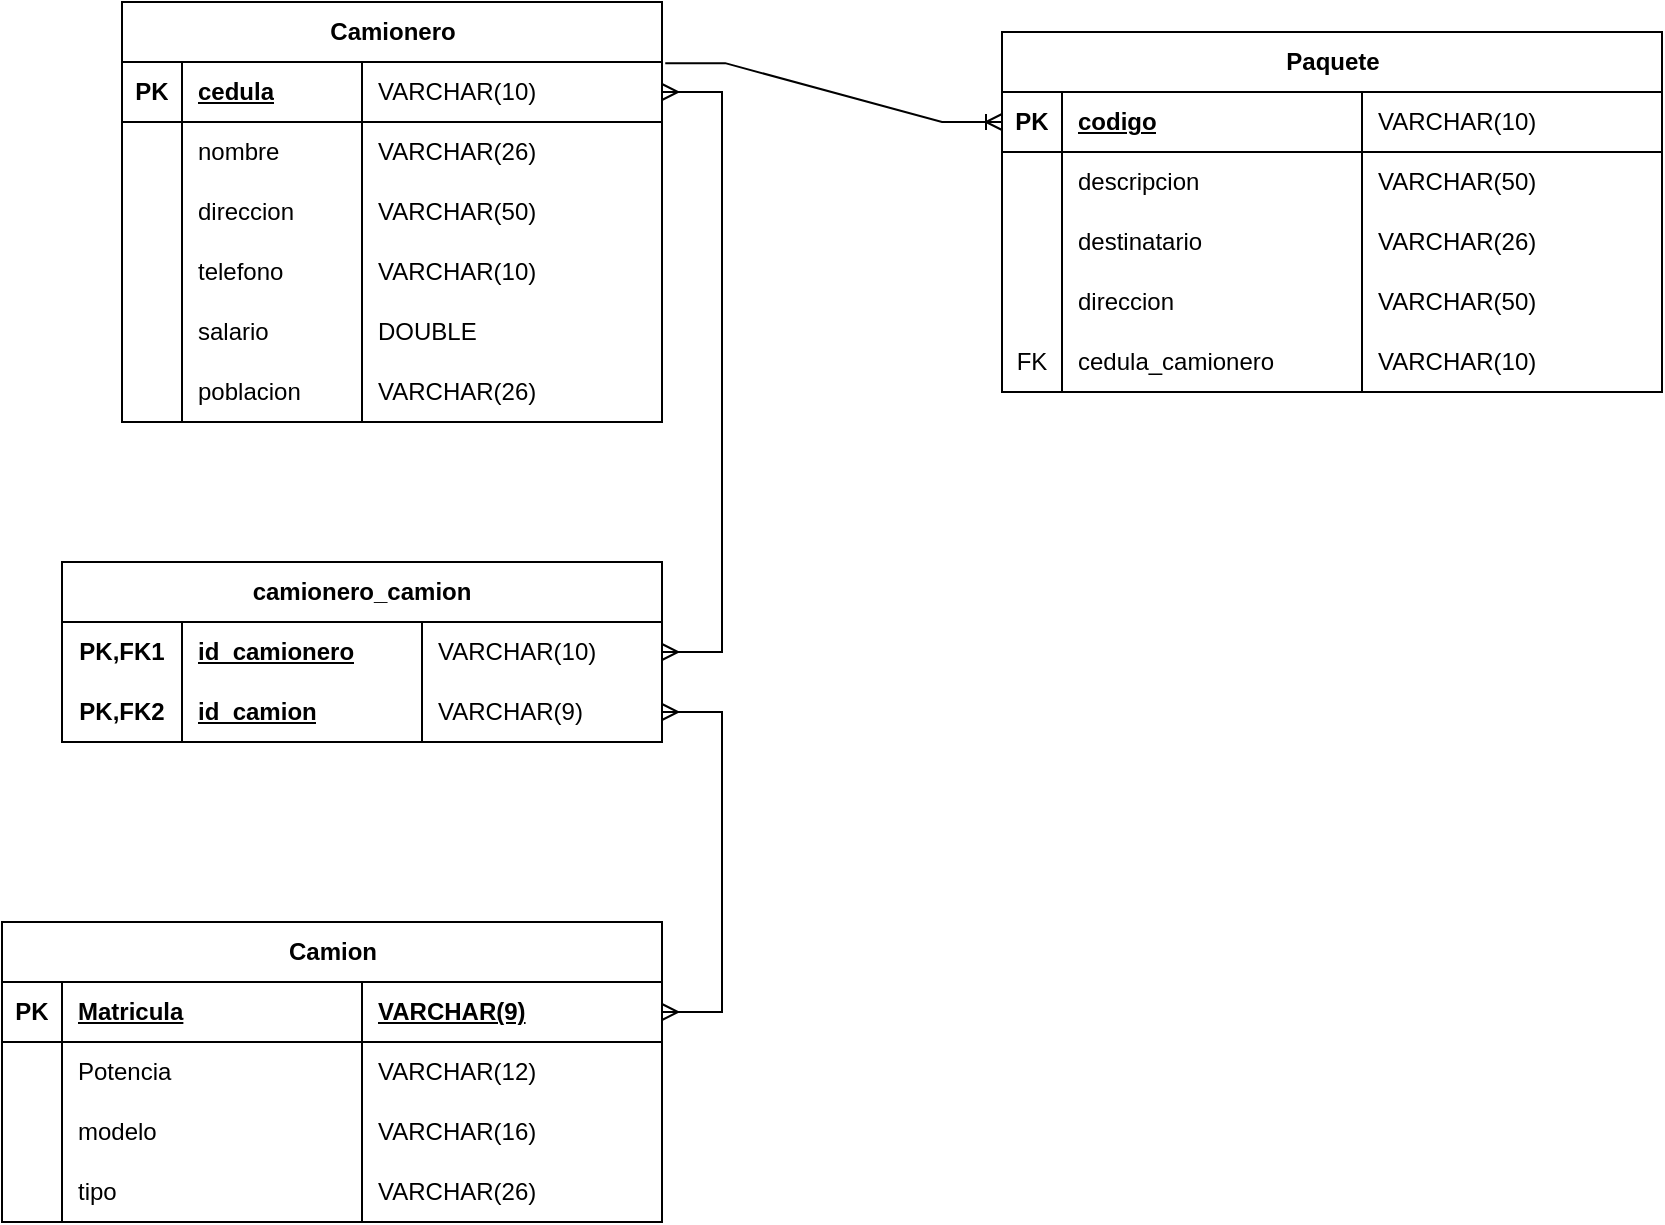
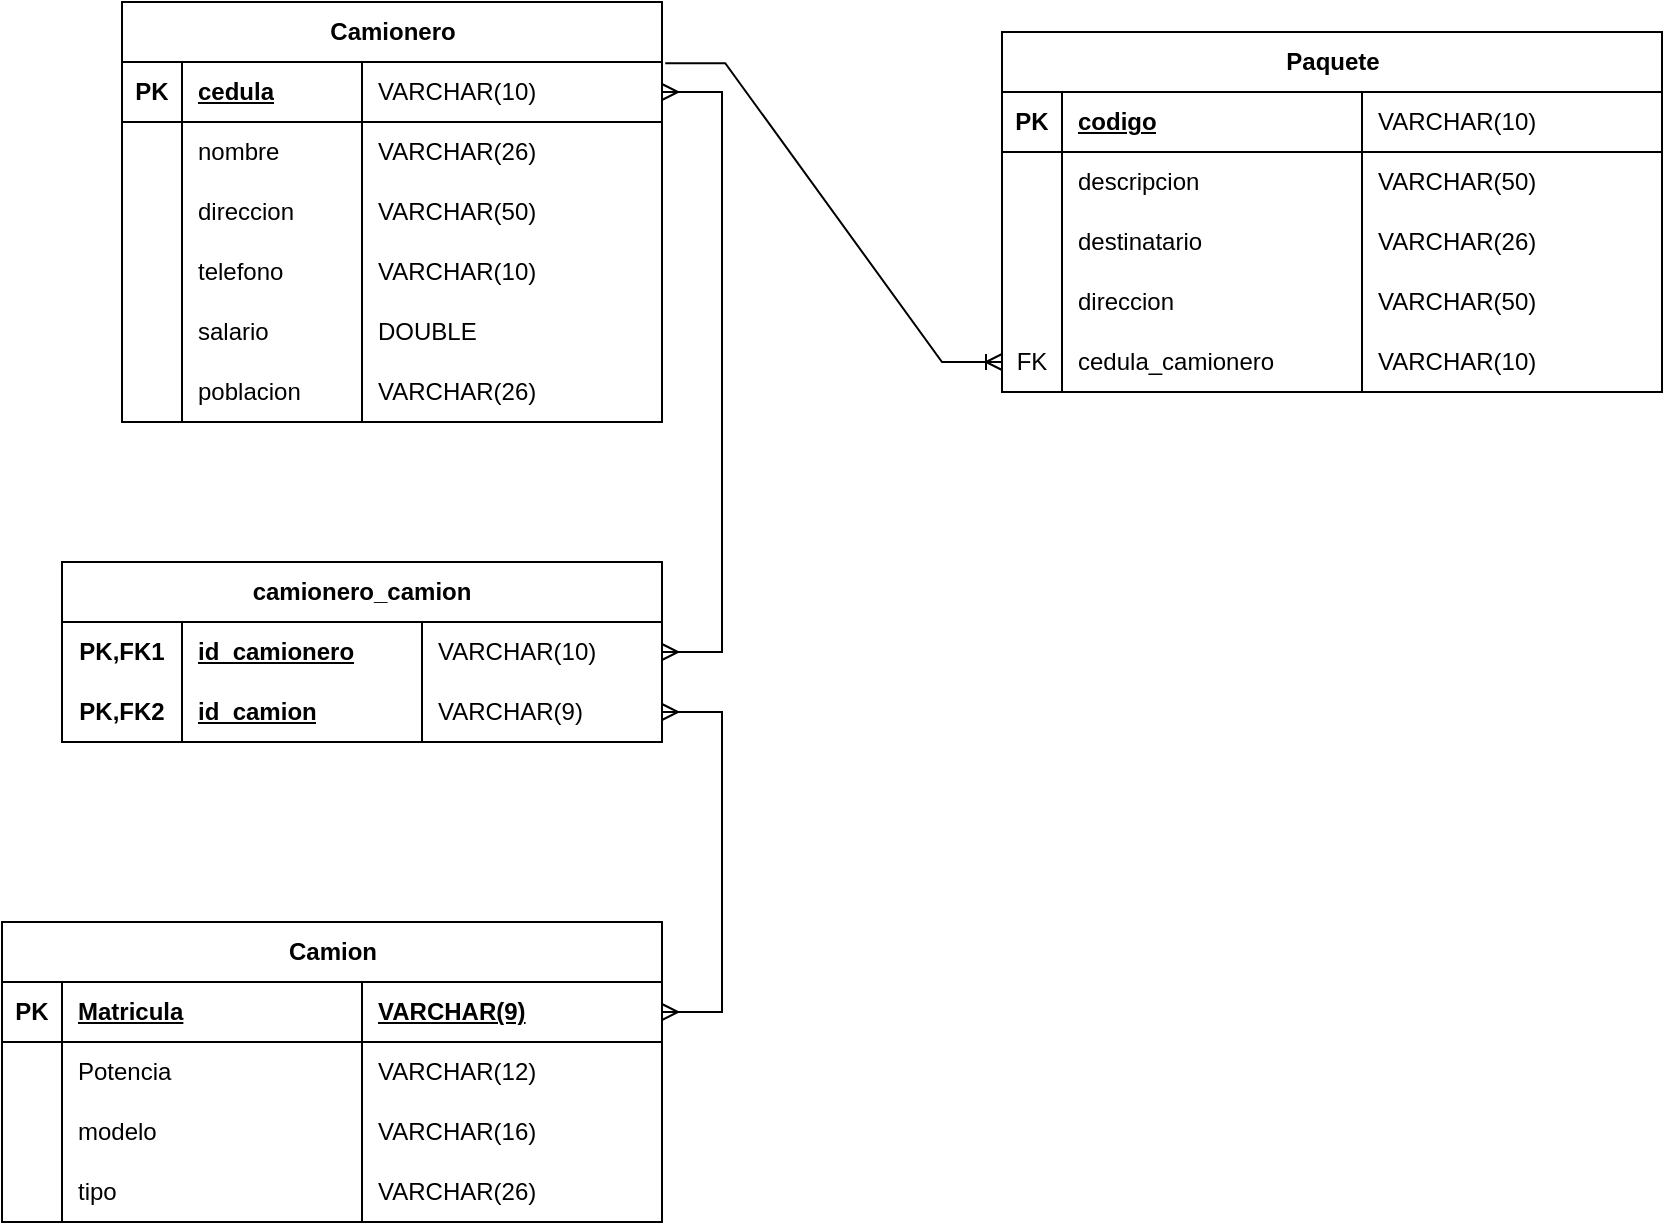
<mxfile host="app.diagrams.net">
  <diagram name="Página-1" id="0Zyl1D-CgH1TSrb8pVcp">
    <mxGraphModel dx="1393" dy="975" grid="1" gridSize="10" guides="1" tooltips="1" connect="1" arrows="1" fold="1" page="1" pageScale="1" pageWidth="1200" pageHeight="1600" math="0" shadow="0">
      <root>
        <mxCell id="0" />
        <mxCell id="1" parent="0" />
        <mxCell id="285xC5OLGJBu48Bz5zKl-1" parent="1" style="shape=table;startSize=30;container=1;collapsible=1;childLayout=tableLayout;fixedRows=1;rowLines=0;fontStyle=1;align=center;resizeLast=1;html=1;" value="Camionero" vertex="1">
          <mxGeometry height="210" width="270" x="170" y="260" as="geometry" />
        </mxCell>
        <mxCell id="285xC5OLGJBu48Bz5zKl-2" parent="285xC5OLGJBu48Bz5zKl-1" style="shape=tableRow;horizontal=0;startSize=0;swimlaneHead=0;swimlaneBody=0;fillColor=none;collapsible=0;dropTarget=0;points=[[0,0.5],[1,0.5]];portConstraint=eastwest;top=0;left=0;right=0;bottom=1;" value="" vertex="1">
          <mxGeometry height="30" width="270" y="30" as="geometry" />
        </mxCell>
        <mxCell id="285xC5OLGJBu48Bz5zKl-3" parent="285xC5OLGJBu48Bz5zKl-2" style="shape=partialRectangle;connectable=0;fillColor=none;top=0;left=0;bottom=0;right=0;fontStyle=1;overflow=hidden;whiteSpace=wrap;html=1;" value="PK" vertex="1">
          <mxGeometry height="30" width="30" as="geometry">
            <mxRectangle height="30" width="30" as="alternateBounds" />
          </mxGeometry>
        </mxCell>
        <mxCell id="285xC5OLGJBu48Bz5zKl-4" parent="285xC5OLGJBu48Bz5zKl-2" style="shape=partialRectangle;connectable=0;fillColor=none;top=0;left=0;bottom=0;right=0;align=left;spacingLeft=6;fontStyle=5;overflow=hidden;whiteSpace=wrap;html=1;" value="cedula" vertex="1">
          <mxGeometry height="30" width="90" x="30" as="geometry">
            <mxRectangle height="30" width="90" as="alternateBounds" />
          </mxGeometry>
        </mxCell>
        <mxCell id="285xC5OLGJBu48Bz5zKl-62" parent="285xC5OLGJBu48Bz5zKl-2" style="shape=partialRectangle;connectable=0;fillColor=none;top=0;left=0;bottom=0;right=0;align=left;spacingLeft=6;fontStyle=0;overflow=hidden;whiteSpace=wrap;html=1;" value="VARCHAR(10)" vertex="1">
          <mxGeometry height="30" width="150" x="120" as="geometry">
            <mxRectangle height="30" width="150" as="alternateBounds" />
          </mxGeometry>
        </mxCell>
        <mxCell id="285xC5OLGJBu48Bz5zKl-5" parent="285xC5OLGJBu48Bz5zKl-1" style="shape=tableRow;horizontal=0;startSize=0;swimlaneHead=0;swimlaneBody=0;fillColor=none;collapsible=0;dropTarget=0;points=[[0,0.5],[1,0.5]];portConstraint=eastwest;top=0;left=0;right=0;bottom=0;" value="" vertex="1">
          <mxGeometry height="30" width="270" y="60" as="geometry" />
        </mxCell>
        <mxCell id="285xC5OLGJBu48Bz5zKl-6" parent="285xC5OLGJBu48Bz5zKl-5" style="shape=partialRectangle;connectable=0;fillColor=none;top=0;left=0;bottom=0;right=0;editable=1;overflow=hidden;whiteSpace=wrap;html=1;" value="" vertex="1">
          <mxGeometry height="30" width="30" as="geometry">
            <mxRectangle height="30" width="30" as="alternateBounds" />
          </mxGeometry>
        </mxCell>
        <mxCell id="285xC5OLGJBu48Bz5zKl-7" parent="285xC5OLGJBu48Bz5zKl-5" style="shape=partialRectangle;connectable=0;fillColor=none;top=0;left=0;bottom=0;right=0;align=left;spacingLeft=6;overflow=hidden;whiteSpace=wrap;html=1;" value="nombre" vertex="1">
          <mxGeometry height="30" width="90" x="30" as="geometry">
            <mxRectangle height="30" width="90" as="alternateBounds" />
          </mxGeometry>
        </mxCell>
        <mxCell id="285xC5OLGJBu48Bz5zKl-63" parent="285xC5OLGJBu48Bz5zKl-5" style="shape=partialRectangle;connectable=0;fillColor=none;top=0;left=0;bottom=0;right=0;align=left;spacingLeft=6;overflow=hidden;whiteSpace=wrap;html=1;" value="VARCHAR(26)" vertex="1">
          <mxGeometry height="30" width="150" x="120" as="geometry">
            <mxRectangle height="30" width="150" as="alternateBounds" />
          </mxGeometry>
        </mxCell>
        <mxCell id="285xC5OLGJBu48Bz5zKl-8" parent="285xC5OLGJBu48Bz5zKl-1" style="shape=tableRow;horizontal=0;startSize=0;swimlaneHead=0;swimlaneBody=0;fillColor=none;collapsible=0;dropTarget=0;points=[[0,0.5],[1,0.5]];portConstraint=eastwest;top=0;left=0;right=0;bottom=0;" value="" vertex="1">
          <mxGeometry height="30" width="270" y="90" as="geometry" />
        </mxCell>
        <mxCell id="285xC5OLGJBu48Bz5zKl-9" parent="285xC5OLGJBu48Bz5zKl-8" style="shape=partialRectangle;connectable=0;fillColor=none;top=0;left=0;bottom=0;right=0;editable=1;overflow=hidden;whiteSpace=wrap;html=1;" value="" vertex="1">
          <mxGeometry height="30" width="30" as="geometry">
            <mxRectangle height="30" width="30" as="alternateBounds" />
          </mxGeometry>
        </mxCell>
        <mxCell id="285xC5OLGJBu48Bz5zKl-10" parent="285xC5OLGJBu48Bz5zKl-8" style="shape=partialRectangle;connectable=0;fillColor=none;top=0;left=0;bottom=0;right=0;align=left;spacingLeft=6;overflow=hidden;whiteSpace=wrap;html=1;" value="direccion" vertex="1">
          <mxGeometry height="30" width="90" x="30" as="geometry">
            <mxRectangle height="30" width="90" as="alternateBounds" />
          </mxGeometry>
        </mxCell>
        <mxCell id="285xC5OLGJBu48Bz5zKl-64" parent="285xC5OLGJBu48Bz5zKl-8" style="shape=partialRectangle;connectable=0;fillColor=none;top=0;left=0;bottom=0;right=0;align=left;spacingLeft=6;overflow=hidden;whiteSpace=wrap;html=1;" value="VARCHAR(50)" vertex="1">
          <mxGeometry height="30" width="150" x="120" as="geometry">
            <mxRectangle height="30" width="150" as="alternateBounds" />
          </mxGeometry>
        </mxCell>
        <mxCell id="285xC5OLGJBu48Bz5zKl-11" parent="285xC5OLGJBu48Bz5zKl-1" style="shape=tableRow;horizontal=0;startSize=0;swimlaneHead=0;swimlaneBody=0;fillColor=none;collapsible=0;dropTarget=0;points=[[0,0.5],[1,0.5]];portConstraint=eastwest;top=0;left=0;right=0;bottom=0;" value="" vertex="1">
          <mxGeometry height="30" width="270" y="120" as="geometry" />
        </mxCell>
        <mxCell id="285xC5OLGJBu48Bz5zKl-12" parent="285xC5OLGJBu48Bz5zKl-11" style="shape=partialRectangle;connectable=0;fillColor=none;top=0;left=0;bottom=0;right=0;editable=1;overflow=hidden;whiteSpace=wrap;html=1;" value="" vertex="1">
          <mxGeometry height="30" width="30" as="geometry">
            <mxRectangle height="30" width="30" as="alternateBounds" />
          </mxGeometry>
        </mxCell>
        <mxCell id="285xC5OLGJBu48Bz5zKl-13" parent="285xC5OLGJBu48Bz5zKl-11" style="shape=partialRectangle;connectable=0;fillColor=none;top=0;left=0;bottom=0;right=0;align=left;spacingLeft=6;overflow=hidden;whiteSpace=wrap;html=1;" value="telefono" vertex="1">
          <mxGeometry height="30" width="90" x="30" as="geometry">
            <mxRectangle height="30" width="90" as="alternateBounds" />
          </mxGeometry>
        </mxCell>
        <mxCell id="285xC5OLGJBu48Bz5zKl-65" parent="285xC5OLGJBu48Bz5zKl-11" style="shape=partialRectangle;connectable=0;fillColor=none;top=0;left=0;bottom=0;right=0;align=left;spacingLeft=6;overflow=hidden;whiteSpace=wrap;html=1;" value="VARCHAR(10)" vertex="1">
          <mxGeometry height="30" width="150" x="120" as="geometry">
            <mxRectangle height="30" width="150" as="alternateBounds" />
          </mxGeometry>
        </mxCell>
        <mxCell id="285xC5OLGJBu48Bz5zKl-14" parent="285xC5OLGJBu48Bz5zKl-1" style="shape=tableRow;horizontal=0;startSize=0;swimlaneHead=0;swimlaneBody=0;fillColor=none;collapsible=0;dropTarget=0;points=[[0,0.5],[1,0.5]];portConstraint=eastwest;top=0;left=0;right=0;bottom=0;" value="" vertex="1">
          <mxGeometry height="30" width="270" y="150" as="geometry" />
        </mxCell>
        <mxCell id="285xC5OLGJBu48Bz5zKl-15" parent="285xC5OLGJBu48Bz5zKl-14" style="shape=partialRectangle;connectable=0;fillColor=none;top=0;left=0;bottom=0;right=0;editable=1;overflow=hidden;whiteSpace=wrap;html=1;" value="" vertex="1">
          <mxGeometry height="30" width="30" as="geometry">
            <mxRectangle height="30" width="30" as="alternateBounds" />
          </mxGeometry>
        </mxCell>
        <mxCell id="285xC5OLGJBu48Bz5zKl-16" parent="285xC5OLGJBu48Bz5zKl-14" style="shape=partialRectangle;connectable=0;fillColor=none;top=0;left=0;bottom=0;right=0;align=left;spacingLeft=6;overflow=hidden;whiteSpace=wrap;html=1;" value="salario" vertex="1">
          <mxGeometry height="30" width="90" x="30" as="geometry">
            <mxRectangle height="30" width="90" as="alternateBounds" />
          </mxGeometry>
        </mxCell>
        <mxCell id="285xC5OLGJBu48Bz5zKl-66" parent="285xC5OLGJBu48Bz5zKl-14" style="shape=partialRectangle;connectable=0;fillColor=none;top=0;left=0;bottom=0;right=0;align=left;spacingLeft=6;overflow=hidden;whiteSpace=wrap;html=1;" value="DOUBLE" vertex="1">
          <mxGeometry height="30" width="150" x="120" as="geometry">
            <mxRectangle height="30" width="150" as="alternateBounds" />
          </mxGeometry>
        </mxCell>
        <mxCell id="285xC5OLGJBu48Bz5zKl-17" parent="285xC5OLGJBu48Bz5zKl-1" style="shape=tableRow;horizontal=0;startSize=0;swimlaneHead=0;swimlaneBody=0;fillColor=none;collapsible=0;dropTarget=0;points=[[0,0.5],[1,0.5]];portConstraint=eastwest;top=0;left=0;right=0;bottom=0;" value="" vertex="1">
          <mxGeometry height="30" width="270" y="180" as="geometry" />
        </mxCell>
        <mxCell id="285xC5OLGJBu48Bz5zKl-18" parent="285xC5OLGJBu48Bz5zKl-17" style="shape=partialRectangle;connectable=0;fillColor=none;top=0;left=0;bottom=0;right=0;editable=1;overflow=hidden;whiteSpace=wrap;html=1;" value="" vertex="1">
          <mxGeometry height="30" width="30" as="geometry">
            <mxRectangle height="30" width="30" as="alternateBounds" />
          </mxGeometry>
        </mxCell>
        <mxCell id="285xC5OLGJBu48Bz5zKl-19" parent="285xC5OLGJBu48Bz5zKl-17" style="shape=partialRectangle;connectable=0;fillColor=none;top=0;left=0;bottom=0;right=0;align=left;spacingLeft=6;overflow=hidden;whiteSpace=wrap;html=1;" value="poblacion" vertex="1">
          <mxGeometry height="30" width="90" x="30" as="geometry">
            <mxRectangle height="30" width="90" as="alternateBounds" />
          </mxGeometry>
        </mxCell>
        <mxCell id="285xC5OLGJBu48Bz5zKl-67" parent="285xC5OLGJBu48Bz5zKl-17" style="shape=partialRectangle;connectable=0;fillColor=none;top=0;left=0;bottom=0;right=0;align=left;spacingLeft=6;overflow=hidden;whiteSpace=wrap;html=1;" value="VARCHAR(26)" vertex="1">
          <mxGeometry height="30" width="150" x="120" as="geometry">
            <mxRectangle height="30" width="150" as="alternateBounds" />
          </mxGeometry>
        </mxCell>
        <mxCell id="285xC5OLGJBu48Bz5zKl-20" parent="1" style="shape=table;startSize=30;container=1;collapsible=1;childLayout=tableLayout;fixedRows=1;rowLines=0;fontStyle=1;align=center;resizeLast=1;html=1;" value="Paquete" vertex="1">
          <mxGeometry height="180" width="330" x="610" y="275" as="geometry" />
        </mxCell>
        <mxCell id="285xC5OLGJBu48Bz5zKl-21" parent="285xC5OLGJBu48Bz5zKl-20" style="shape=tableRow;horizontal=0;startSize=0;swimlaneHead=0;swimlaneBody=0;fillColor=none;collapsible=0;dropTarget=0;points=[[0,0.5],[1,0.5]];portConstraint=eastwest;top=0;left=0;right=0;bottom=1;" value="" vertex="1">
          <mxGeometry height="30" width="330" y="30" as="geometry" />
        </mxCell>
        <mxCell id="285xC5OLGJBu48Bz5zKl-22" parent="285xC5OLGJBu48Bz5zKl-21" style="shape=partialRectangle;connectable=0;fillColor=none;top=0;left=0;bottom=0;right=0;fontStyle=1;overflow=hidden;whiteSpace=wrap;html=1;" value="PK" vertex="1">
          <mxGeometry height="30" width="30" as="geometry">
            <mxRectangle height="30" width="30" as="alternateBounds" />
          </mxGeometry>
        </mxCell>
        <mxCell id="285xC5OLGJBu48Bz5zKl-23" parent="285xC5OLGJBu48Bz5zKl-21" style="shape=partialRectangle;connectable=0;fillColor=none;top=0;left=0;bottom=0;right=0;align=left;spacingLeft=6;fontStyle=5;overflow=hidden;whiteSpace=wrap;html=1;" value="codigo" vertex="1">
          <mxGeometry height="30" width="150" x="30" as="geometry">
            <mxRectangle height="30" width="150" as="alternateBounds" />
          </mxGeometry>
        </mxCell>
        <mxCell id="285xC5OLGJBu48Bz5zKl-68" parent="285xC5OLGJBu48Bz5zKl-21" style="shape=partialRectangle;connectable=0;fillColor=none;top=0;left=0;bottom=0;right=0;align=left;spacingLeft=6;fontStyle=0;overflow=hidden;whiteSpace=wrap;html=1;" value="VARCHAR(10)" vertex="1">
          <mxGeometry height="30" width="150" x="180" as="geometry">
            <mxRectangle height="30" width="150" as="alternateBounds" />
          </mxGeometry>
        </mxCell>
        <mxCell id="285xC5OLGJBu48Bz5zKl-24" parent="285xC5OLGJBu48Bz5zKl-20" style="shape=tableRow;horizontal=0;startSize=0;swimlaneHead=0;swimlaneBody=0;fillColor=none;collapsible=0;dropTarget=0;points=[[0,0.5],[1,0.5]];portConstraint=eastwest;top=0;left=0;right=0;bottom=0;" value="" vertex="1">
          <mxGeometry height="30" width="330" y="60" as="geometry" />
        </mxCell>
        <mxCell id="285xC5OLGJBu48Bz5zKl-25" parent="285xC5OLGJBu48Bz5zKl-24" style="shape=partialRectangle;connectable=0;fillColor=none;top=0;left=0;bottom=0;right=0;editable=1;overflow=hidden;whiteSpace=wrap;html=1;" value="" vertex="1">
          <mxGeometry height="30" width="30" as="geometry">
            <mxRectangle height="30" width="30" as="alternateBounds" />
          </mxGeometry>
        </mxCell>
        <mxCell id="285xC5OLGJBu48Bz5zKl-26" parent="285xC5OLGJBu48Bz5zKl-24" style="shape=partialRectangle;connectable=0;fillColor=none;top=0;left=0;bottom=0;right=0;align=left;spacingLeft=6;overflow=hidden;whiteSpace=wrap;html=1;" value="descripcion" vertex="1">
          <mxGeometry height="30" width="150" x="30" as="geometry">
            <mxRectangle height="30" width="150" as="alternateBounds" />
          </mxGeometry>
        </mxCell>
        <mxCell id="285xC5OLGJBu48Bz5zKl-69" parent="285xC5OLGJBu48Bz5zKl-24" style="shape=partialRectangle;connectable=0;fillColor=none;top=0;left=0;bottom=0;right=0;align=left;spacingLeft=6;overflow=hidden;whiteSpace=wrap;html=1;" value="VARCHAR(50)" vertex="1">
          <mxGeometry height="30" width="150" x="180" as="geometry">
            <mxRectangle height="30" width="150" as="alternateBounds" />
          </mxGeometry>
        </mxCell>
        <mxCell id="285xC5OLGJBu48Bz5zKl-27" parent="285xC5OLGJBu48Bz5zKl-20" style="shape=tableRow;horizontal=0;startSize=0;swimlaneHead=0;swimlaneBody=0;fillColor=none;collapsible=0;dropTarget=0;points=[[0,0.5],[1,0.5]];portConstraint=eastwest;top=0;left=0;right=0;bottom=0;" value="" vertex="1">
          <mxGeometry height="30" width="330" y="90" as="geometry" />
        </mxCell>
        <mxCell id="285xC5OLGJBu48Bz5zKl-28" parent="285xC5OLGJBu48Bz5zKl-27" style="shape=partialRectangle;connectable=0;fillColor=none;top=0;left=0;bottom=0;right=0;editable=1;overflow=hidden;whiteSpace=wrap;html=1;" value="" vertex="1">
          <mxGeometry height="30" width="30" as="geometry">
            <mxRectangle height="30" width="30" as="alternateBounds" />
          </mxGeometry>
        </mxCell>
        <mxCell id="285xC5OLGJBu48Bz5zKl-29" parent="285xC5OLGJBu48Bz5zKl-27" style="shape=partialRectangle;connectable=0;fillColor=none;top=0;left=0;bottom=0;right=0;align=left;spacingLeft=6;overflow=hidden;whiteSpace=wrap;html=1;" value="destinatario" vertex="1">
          <mxGeometry height="30" width="150" x="30" as="geometry">
            <mxRectangle height="30" width="150" as="alternateBounds" />
          </mxGeometry>
        </mxCell>
        <mxCell id="285xC5OLGJBu48Bz5zKl-70" parent="285xC5OLGJBu48Bz5zKl-27" style="shape=partialRectangle;connectable=0;fillColor=none;top=0;left=0;bottom=0;right=0;align=left;spacingLeft=6;overflow=hidden;whiteSpace=wrap;html=1;" value="VARCHAR(26)" vertex="1">
          <mxGeometry height="30" width="150" x="180" as="geometry">
            <mxRectangle height="30" width="150" as="alternateBounds" />
          </mxGeometry>
        </mxCell>
        <mxCell id="285xC5OLGJBu48Bz5zKl-30" parent="285xC5OLGJBu48Bz5zKl-20" style="shape=tableRow;horizontal=0;startSize=0;swimlaneHead=0;swimlaneBody=0;fillColor=none;collapsible=0;dropTarget=0;points=[[0,0.5],[1,0.5]];portConstraint=eastwest;top=0;left=0;right=0;bottom=0;" value="" vertex="1">
          <mxGeometry height="30" width="330" y="120" as="geometry" />
        </mxCell>
        <mxCell id="285xC5OLGJBu48Bz5zKl-31" parent="285xC5OLGJBu48Bz5zKl-30" style="shape=partialRectangle;connectable=0;fillColor=none;top=0;left=0;bottom=0;right=0;editable=1;overflow=hidden;whiteSpace=wrap;html=1;" value="" vertex="1">
          <mxGeometry height="30" width="30" as="geometry">
            <mxRectangle height="30" width="30" as="alternateBounds" />
          </mxGeometry>
        </mxCell>
        <mxCell id="285xC5OLGJBu48Bz5zKl-32" parent="285xC5OLGJBu48Bz5zKl-30" style="shape=partialRectangle;connectable=0;fillColor=none;top=0;left=0;bottom=0;right=0;align=left;spacingLeft=6;overflow=hidden;whiteSpace=wrap;html=1;" value="direccion" vertex="1">
          <mxGeometry height="30" width="150" x="30" as="geometry">
            <mxRectangle height="30" width="150" as="alternateBounds" />
          </mxGeometry>
        </mxCell>
        <mxCell id="285xC5OLGJBu48Bz5zKl-71" parent="285xC5OLGJBu48Bz5zKl-30" style="shape=partialRectangle;connectable=0;fillColor=none;top=0;left=0;bottom=0;right=0;align=left;spacingLeft=6;overflow=hidden;whiteSpace=wrap;html=1;" value="VARCHAR(50)" vertex="1">
          <mxGeometry height="30" width="150" x="180" as="geometry">
            <mxRectangle height="30" width="150" as="alternateBounds" />
          </mxGeometry>
        </mxCell>
        <mxCell id="285xC5OLGJBu48Bz5zKl-33" parent="285xC5OLGJBu48Bz5zKl-20" style="shape=tableRow;horizontal=0;startSize=0;swimlaneHead=0;swimlaneBody=0;fillColor=none;collapsible=0;dropTarget=0;points=[[0,0.5],[1,0.5]];portConstraint=eastwest;top=0;left=0;right=0;bottom=0;" value="" vertex="1">
          <mxGeometry height="30" width="330" y="150" as="geometry" />
        </mxCell>
        <mxCell id="285xC5OLGJBu48Bz5zKl-34" parent="285xC5OLGJBu48Bz5zKl-33" style="shape=partialRectangle;connectable=0;fillColor=none;top=0;left=0;bottom=0;right=0;editable=1;overflow=hidden;whiteSpace=wrap;html=1;" value="FK" vertex="1">
          <mxGeometry height="30" width="30" as="geometry">
            <mxRectangle height="30" width="30" as="alternateBounds" />
          </mxGeometry>
        </mxCell>
        <mxCell id="285xC5OLGJBu48Bz5zKl-35" parent="285xC5OLGJBu48Bz5zKl-33" style="shape=partialRectangle;connectable=0;fillColor=none;top=0;left=0;bottom=0;right=0;align=left;spacingLeft=6;overflow=hidden;whiteSpace=wrap;html=1;" value="cedula_camionero" vertex="1">
          <mxGeometry height="30" width="150" x="30" as="geometry">
            <mxRectangle height="30" width="150" as="alternateBounds" />
          </mxGeometry>
        </mxCell>
        <mxCell id="285xC5OLGJBu48Bz5zKl-72" parent="285xC5OLGJBu48Bz5zKl-33" style="shape=partialRectangle;connectable=0;fillColor=none;top=0;left=0;bottom=0;right=0;align=left;spacingLeft=6;overflow=hidden;whiteSpace=wrap;html=1;" value="VARCHAR(10)" vertex="1">
          <mxGeometry height="30" width="150" x="180" as="geometry">
            <mxRectangle height="30" width="150" as="alternateBounds" />
          </mxGeometry>
        </mxCell>
        <mxCell id="285xC5OLGJBu48Bz5zKl-36" parent="1" style="shape=table;startSize=30;container=1;collapsible=1;childLayout=tableLayout;fixedRows=1;rowLines=0;fontStyle=1;align=center;resizeLast=1;html=1;whiteSpace=wrap;" value="camionero_camion" vertex="1">
          <mxGeometry height="90" width="300" x="140" y="540" as="geometry" />
        </mxCell>
        <mxCell id="285xC5OLGJBu48Bz5zKl-37" parent="285xC5OLGJBu48Bz5zKl-36" style="shape=tableRow;horizontal=0;startSize=0;swimlaneHead=0;swimlaneBody=0;fillColor=none;collapsible=0;dropTarget=0;points=[[0,0.5],[1,0.5]];portConstraint=eastwest;top=0;left=0;right=0;bottom=0;html=1;" value="" vertex="1">
          <mxGeometry height="30" width="300" y="30" as="geometry" />
        </mxCell>
        <mxCell id="285xC5OLGJBu48Bz5zKl-38" parent="285xC5OLGJBu48Bz5zKl-37" style="shape=partialRectangle;connectable=0;fillColor=none;top=0;left=0;bottom=0;right=0;fontStyle=1;overflow=hidden;html=1;whiteSpace=wrap;" value="PK,FK1" vertex="1">
          <mxGeometry height="30" width="60" as="geometry">
            <mxRectangle height="30" width="60" as="alternateBounds" />
          </mxGeometry>
        </mxCell>
        <mxCell id="285xC5OLGJBu48Bz5zKl-39" parent="285xC5OLGJBu48Bz5zKl-37" style="shape=partialRectangle;connectable=0;fillColor=none;top=0;left=0;bottom=0;right=0;align=left;spacingLeft=6;fontStyle=5;overflow=hidden;html=1;whiteSpace=wrap;" value="id_camionero" vertex="1">
          <mxGeometry height="30" width="120" x="60" as="geometry">
            <mxRectangle height="30" width="120" as="alternateBounds" />
          </mxGeometry>
        </mxCell>
        <mxCell id="285xC5OLGJBu48Bz5zKl-75" parent="285xC5OLGJBu48Bz5zKl-37" style="shape=partialRectangle;connectable=0;fillColor=none;top=0;left=0;bottom=0;right=0;align=left;spacingLeft=6;fontStyle=0;overflow=hidden;html=1;whiteSpace=wrap;" value="VARCHAR(10)" vertex="1">
          <mxGeometry height="30" width="120" x="180" as="geometry">
            <mxRectangle height="30" width="120" as="alternateBounds" />
          </mxGeometry>
        </mxCell>
        <mxCell id="285xC5OLGJBu48Bz5zKl-40" parent="285xC5OLGJBu48Bz5zKl-36" style="shape=tableRow;horizontal=0;startSize=0;swimlaneHead=0;swimlaneBody=0;fillColor=none;collapsible=0;dropTarget=0;points=[[0,0.5],[1,0.5]];portConstraint=eastwest;top=0;left=0;right=0;bottom=1;html=1;" value="" vertex="1">
          <mxGeometry height="30" width="300" y="60" as="geometry" />
        </mxCell>
        <mxCell id="285xC5OLGJBu48Bz5zKl-41" parent="285xC5OLGJBu48Bz5zKl-40" style="shape=partialRectangle;connectable=0;fillColor=none;top=0;left=0;bottom=0;right=0;fontStyle=1;overflow=hidden;html=1;whiteSpace=wrap;" value="PK,FK2" vertex="1">
          <mxGeometry height="30" width="60" as="geometry">
            <mxRectangle height="30" width="60" as="alternateBounds" />
          </mxGeometry>
        </mxCell>
        <mxCell id="285xC5OLGJBu48Bz5zKl-42" parent="285xC5OLGJBu48Bz5zKl-40" style="shape=partialRectangle;connectable=0;fillColor=none;top=0;left=0;bottom=0;right=0;align=left;spacingLeft=6;fontStyle=5;overflow=hidden;html=1;whiteSpace=wrap;" value="id_camion" vertex="1">
          <mxGeometry height="30" width="120" x="60" as="geometry">
            <mxRectangle height="30" width="120" as="alternateBounds" />
          </mxGeometry>
        </mxCell>
        <mxCell id="285xC5OLGJBu48Bz5zKl-76" parent="285xC5OLGJBu48Bz5zKl-40" style="shape=partialRectangle;connectable=0;fillColor=none;top=0;left=0;bottom=0;right=0;align=left;spacingLeft=6;fontStyle=0;overflow=hidden;html=1;whiteSpace=wrap;" value="VARCHAR(9)" vertex="1">
          <mxGeometry height="30" width="120" x="180" as="geometry">
            <mxRectangle height="30" width="120" as="alternateBounds" />
          </mxGeometry>
        </mxCell>
        <mxCell id="285xC5OLGJBu48Bz5zKl-49" parent="1" style="shape=table;startSize=30;container=1;collapsible=1;childLayout=tableLayout;fixedRows=1;rowLines=0;fontStyle=1;align=center;resizeLast=1;html=1;" value="Camion" vertex="1">
          <mxGeometry height="150" width="330" x="110" y="720" as="geometry" />
        </mxCell>
        <mxCell id="285xC5OLGJBu48Bz5zKl-50" parent="285xC5OLGJBu48Bz5zKl-49" style="shape=tableRow;horizontal=0;startSize=0;swimlaneHead=0;swimlaneBody=0;fillColor=none;collapsible=0;dropTarget=0;points=[[0,0.5],[1,0.5]];portConstraint=eastwest;top=0;left=0;right=0;bottom=1;" value="" vertex="1">
          <mxGeometry height="30" width="330" y="30" as="geometry" />
        </mxCell>
        <mxCell id="285xC5OLGJBu48Bz5zKl-51" parent="285xC5OLGJBu48Bz5zKl-50" style="shape=partialRectangle;connectable=0;fillColor=none;top=0;left=0;bottom=0;right=0;fontStyle=1;overflow=hidden;whiteSpace=wrap;html=1;" value="PK" vertex="1">
          <mxGeometry height="30" width="30" as="geometry">
            <mxRectangle height="30" width="30" as="alternateBounds" />
          </mxGeometry>
        </mxCell>
        <mxCell id="285xC5OLGJBu48Bz5zKl-52" parent="285xC5OLGJBu48Bz5zKl-50" style="shape=partialRectangle;connectable=0;fillColor=none;top=0;left=0;bottom=0;right=0;align=left;spacingLeft=6;fontStyle=5;overflow=hidden;whiteSpace=wrap;html=1;" value="Matricula" vertex="1">
          <mxGeometry height="30" width="150" x="30" as="geometry">
            <mxRectangle height="30" width="150" as="alternateBounds" />
          </mxGeometry>
        </mxCell>
        <mxCell id="285xC5OLGJBu48Bz5zKl-77" parent="285xC5OLGJBu48Bz5zKl-50" style="shape=partialRectangle;connectable=0;fillColor=none;top=0;left=0;bottom=0;right=0;align=left;spacingLeft=6;fontStyle=5;overflow=hidden;whiteSpace=wrap;html=1;" value="VARCHAR(9)" vertex="1">
          <mxGeometry height="30" width="150" x="180" as="geometry">
            <mxRectangle height="30" width="150" as="alternateBounds" />
          </mxGeometry>
        </mxCell>
        <mxCell id="285xC5OLGJBu48Bz5zKl-53" parent="285xC5OLGJBu48Bz5zKl-49" style="shape=tableRow;horizontal=0;startSize=0;swimlaneHead=0;swimlaneBody=0;fillColor=none;collapsible=0;dropTarget=0;points=[[0,0.5],[1,0.5]];portConstraint=eastwest;top=0;left=0;right=0;bottom=0;" value="" vertex="1">
          <mxGeometry height="30" width="330" y="60" as="geometry" />
        </mxCell>
        <mxCell id="285xC5OLGJBu48Bz5zKl-54" parent="285xC5OLGJBu48Bz5zKl-53" style="shape=partialRectangle;connectable=0;fillColor=none;top=0;left=0;bottom=0;right=0;editable=1;overflow=hidden;whiteSpace=wrap;html=1;" value="" vertex="1">
          <mxGeometry height="30" width="30" as="geometry">
            <mxRectangle height="30" width="30" as="alternateBounds" />
          </mxGeometry>
        </mxCell>
        <mxCell id="285xC5OLGJBu48Bz5zKl-55" parent="285xC5OLGJBu48Bz5zKl-53" style="shape=partialRectangle;connectable=0;fillColor=none;top=0;left=0;bottom=0;right=0;align=left;spacingLeft=6;overflow=hidden;whiteSpace=wrap;html=1;" value="Potencia" vertex="1">
          <mxGeometry height="30" width="150" x="30" as="geometry">
            <mxRectangle height="30" width="150" as="alternateBounds" />
          </mxGeometry>
        </mxCell>
        <mxCell id="285xC5OLGJBu48Bz5zKl-78" parent="285xC5OLGJBu48Bz5zKl-53" style="shape=partialRectangle;connectable=0;fillColor=none;top=0;left=0;bottom=0;right=0;align=left;spacingLeft=6;overflow=hidden;whiteSpace=wrap;html=1;" value="VARCHAR(12)" vertex="1">
          <mxGeometry height="30" width="150" x="180" as="geometry">
            <mxRectangle height="30" width="150" as="alternateBounds" />
          </mxGeometry>
        </mxCell>
        <mxCell id="285xC5OLGJBu48Bz5zKl-56" parent="285xC5OLGJBu48Bz5zKl-49" style="shape=tableRow;horizontal=0;startSize=0;swimlaneHead=0;swimlaneBody=0;fillColor=none;collapsible=0;dropTarget=0;points=[[0,0.5],[1,0.5]];portConstraint=eastwest;top=0;left=0;right=0;bottom=0;" value="" vertex="1">
          <mxGeometry height="30" width="330" y="90" as="geometry" />
        </mxCell>
        <mxCell id="285xC5OLGJBu48Bz5zKl-57" parent="285xC5OLGJBu48Bz5zKl-56" style="shape=partialRectangle;connectable=0;fillColor=none;top=0;left=0;bottom=0;right=0;editable=1;overflow=hidden;whiteSpace=wrap;html=1;" value="" vertex="1">
          <mxGeometry height="30" width="30" as="geometry">
            <mxRectangle height="30" width="30" as="alternateBounds" />
          </mxGeometry>
        </mxCell>
        <mxCell id="285xC5OLGJBu48Bz5zKl-58" parent="285xC5OLGJBu48Bz5zKl-56" style="shape=partialRectangle;connectable=0;fillColor=none;top=0;left=0;bottom=0;right=0;align=left;spacingLeft=6;overflow=hidden;whiteSpace=wrap;html=1;" value="modelo&lt;span style=&quot;white-space: pre;&quot;&gt;&#x9;&lt;/span&gt;" vertex="1">
          <mxGeometry height="30" width="150" x="30" as="geometry">
            <mxRectangle height="30" width="150" as="alternateBounds" />
          </mxGeometry>
        </mxCell>
        <mxCell id="285xC5OLGJBu48Bz5zKl-79" parent="285xC5OLGJBu48Bz5zKl-56" style="shape=partialRectangle;connectable=0;fillColor=none;top=0;left=0;bottom=0;right=0;align=left;spacingLeft=6;overflow=hidden;whiteSpace=wrap;html=1;" value="VARCHAR(16)" vertex="1">
          <mxGeometry height="30" width="150" x="180" as="geometry">
            <mxRectangle height="30" width="150" as="alternateBounds" />
          </mxGeometry>
        </mxCell>
        <mxCell id="285xC5OLGJBu48Bz5zKl-59" parent="285xC5OLGJBu48Bz5zKl-49" style="shape=tableRow;horizontal=0;startSize=0;swimlaneHead=0;swimlaneBody=0;fillColor=none;collapsible=0;dropTarget=0;points=[[0,0.5],[1,0.5]];portConstraint=eastwest;top=0;left=0;right=0;bottom=0;" value="" vertex="1">
          <mxGeometry height="30" width="330" y="120" as="geometry" />
        </mxCell>
        <mxCell id="285xC5OLGJBu48Bz5zKl-60" parent="285xC5OLGJBu48Bz5zKl-59" style="shape=partialRectangle;connectable=0;fillColor=none;top=0;left=0;bottom=0;right=0;editable=1;overflow=hidden;whiteSpace=wrap;html=1;" value="" vertex="1">
          <mxGeometry height="30" width="30" as="geometry">
            <mxRectangle height="30" width="30" as="alternateBounds" />
          </mxGeometry>
        </mxCell>
        <mxCell id="285xC5OLGJBu48Bz5zKl-61" parent="285xC5OLGJBu48Bz5zKl-59" style="shape=partialRectangle;connectable=0;fillColor=none;top=0;left=0;bottom=0;right=0;align=left;spacingLeft=6;overflow=hidden;whiteSpace=wrap;html=1;" value="tipo" vertex="1">
          <mxGeometry height="30" width="150" x="30" as="geometry">
            <mxRectangle height="30" width="150" as="alternateBounds" />
          </mxGeometry>
        </mxCell>
        <mxCell id="285xC5OLGJBu48Bz5zKl-80" parent="285xC5OLGJBu48Bz5zKl-59" style="shape=partialRectangle;connectable=0;fillColor=none;top=0;left=0;bottom=0;right=0;align=left;spacingLeft=6;overflow=hidden;whiteSpace=wrap;html=1;" value="VARCHAR(26)" vertex="1">
          <mxGeometry height="30" width="150" x="180" as="geometry">
            <mxRectangle height="30" width="150" as="alternateBounds" />
          </mxGeometry>
        </mxCell>
-         <mxCell id="285xC5OLGJBu48Bz5zKl-73" edge="1" parent="1" source="285xC5OLGJBu48Bz5zKl-2" style="edgeStyle=entityRelationEdgeStyle;fontSize=12;html=1;endArrow=ERoneToMany;rounded=0;exitX=1.006;exitY=0.019;exitDx=0;exitDy=0;entryX=0;entryY=0.5;entryDx=0;entryDy=0;exitPerimeter=0;" target="285xC5OLGJBu48Bz5zKl-21" value="">
+         <mxCell id="285xC5OLGJBu48Bz5zKl-73" edge="1" parent="1" source="285xC5OLGJBu48Bz5zKl-2" style="edgeStyle=entityRelationEdgeStyle;fontSize=12;html=1;endArrow=ERoneToMany;rounded=0;exitX=1.006;exitY=0.019;exitDx=0;exitDy=0;entryX=0;entryY=0.5;entryDx=0;entryDy=0;exitPerimeter=0;" target="285xC5OLGJBu48Bz5zKl-33" value="">
          <mxGeometry height="100" relative="1" width="100" as="geometry">
            <mxPoint x="550" y="550" as="sourcePoint" />
            <mxPoint x="650" y="450" as="targetPoint" />
          </mxGeometry>
        </mxCell>
        <mxCell id="285xC5OLGJBu48Bz5zKl-74" edge="1" parent="1" source="285xC5OLGJBu48Bz5zKl-37" style="edgeStyle=entityRelationEdgeStyle;fontSize=12;html=1;endArrow=ERmany;startArrow=ERmany;rounded=0;entryX=1;entryY=0.5;entryDx=0;entryDy=0;exitX=1;exitY=0.5;exitDx=0;exitDy=0;" target="285xC5OLGJBu48Bz5zKl-2" value="">
          <mxGeometry height="100" relative="1" width="100" as="geometry">
            <mxPoint x="485" y="560" as="sourcePoint" />
            <mxPoint x="500" y="280" as="targetPoint" />
          </mxGeometry>
        </mxCell>
        <mxCell id="285xC5OLGJBu48Bz5zKl-81" edge="1" parent="1" source="285xC5OLGJBu48Bz5zKl-50" style="edgeStyle=entityRelationEdgeStyle;fontSize=12;html=1;endArrow=ERmany;startArrow=ERmany;rounded=0;exitX=1;exitY=0.5;exitDx=0;exitDy=0;entryX=1;entryY=0.5;entryDx=0;entryDy=0;" target="285xC5OLGJBu48Bz5zKl-40" value="">
          <mxGeometry height="100" relative="1" width="100" as="geometry">
            <mxPoint x="470" y="780" as="sourcePoint" />
            <mxPoint x="570" y="680" as="targetPoint" />
          </mxGeometry>
        </mxCell>
      </root>
    </mxGraphModel>
  </diagram>
</mxfile>
